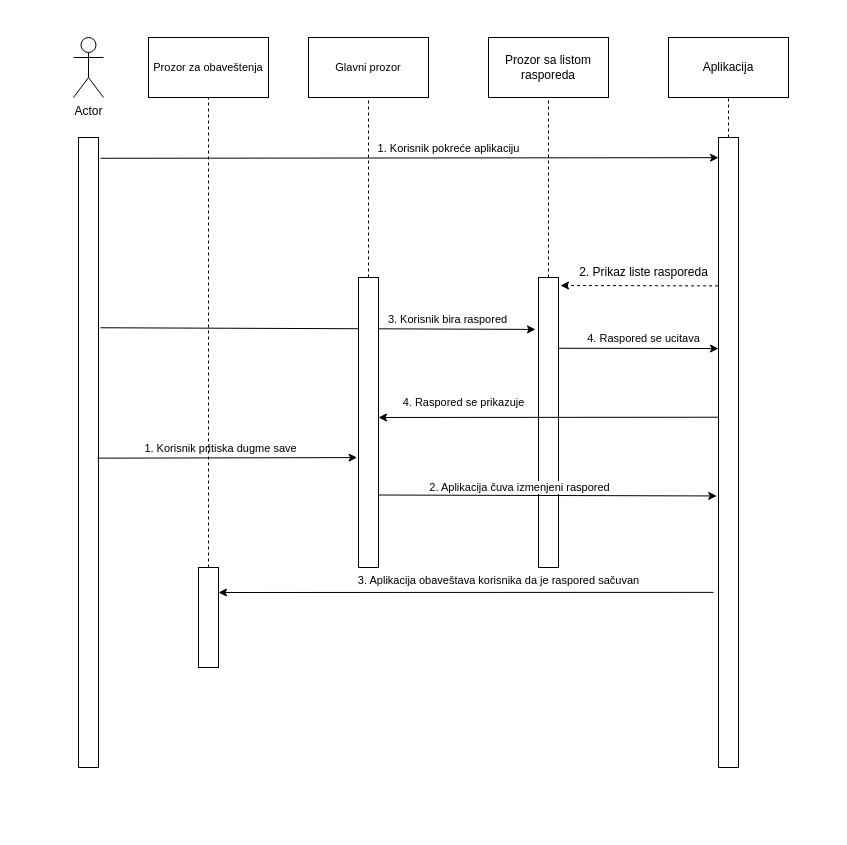
Before: documentation/specific documentation sections/saveLoadDiagram.drawio in jelisavetagavrilovic/kOrganizify, a draw.io diagram. Source tidied: cells renumbered, new cells numbered last; positions are measured from the earlier drawing's top-left corner, leaving out a move shared by most shapes. Both pictures are drawn from the tidied source at 100%, with x=0, y=0 at pixel (73, 37).
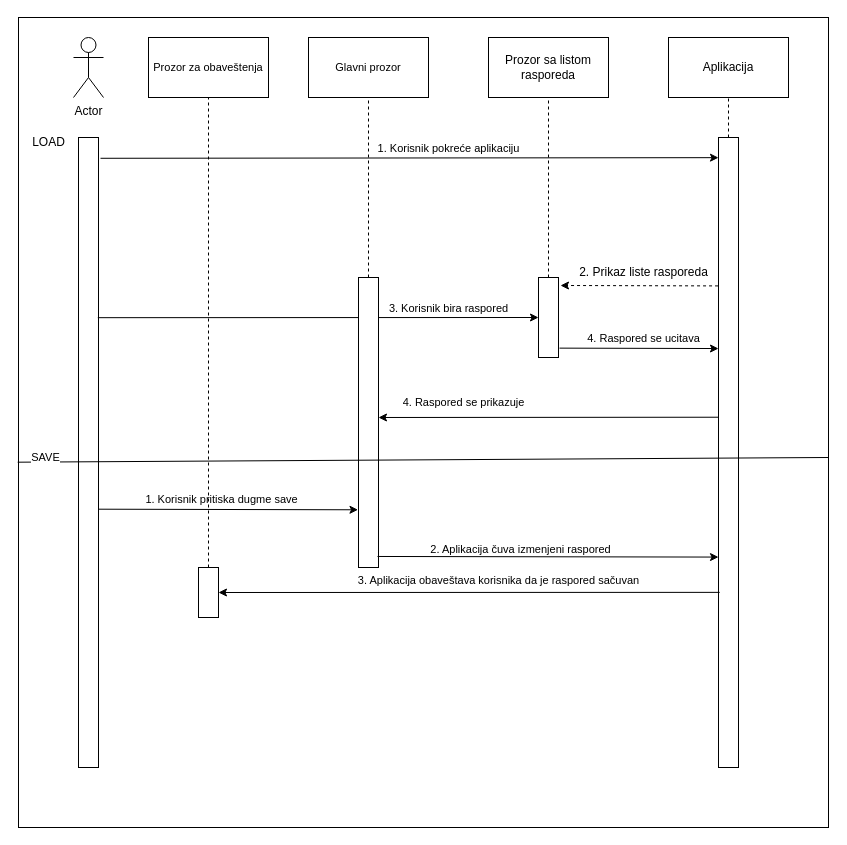
After the change.

Unchanged cells that the change refers to:
```xml
<mxCell id="3" style="rounded=0;whiteSpace=wrap;html=1;" parent="1" vertex="1">
  <mxGeometry x="5" y="100" width="20" height="630" as="geometry" />
</mxCell>
<mxCell id="4" style="rounded=0;whiteSpace=wrap;html=1;" parent="1" vertex="1">
  <mxGeometry x="645" y="100" width="20" height="630" as="geometry" />
</mxCell>
<mxCell id="19" style="rounded=0;whiteSpace=wrap;html=1;" parent="1" vertex="1">
  <mxGeometry x="285" y="240" width="20" height="290" as="geometry" />
</mxCell>
```

Change to the diagram source:
```diff
@@
+    <mxCell id="32" style="whiteSpace=wrap;html=1;fillColor=none;strokeWidth=1;" parent="1" vertex="1">
+      <mxGeometry x="-55" y="-20" width="810" height="810" as="geometry" />
+    </mxCell>
@@
     <mxCell id="10" style="rounded=0;whiteSpace=wrap;html=1;" parent="1" vertex="1">
-      <mxGeometry x="465" y="240" width="20" height="290" as="geometry" />
+      <mxGeometry x="465" y="240" width="20" height="80" as="geometry" />
     </mxCell>
@@
-    <mxCell id="14" style="endArrow=classic;html=1;rounded=0;labelBackgroundColor=default;strokeColor=default;align=center;verticalAlign=middle;fontFamily=Helvetica;fontSize=11;fontColor=default;shape=connector;exitX=1.1;exitY=0.302;exitDx=0;exitDy=0;exitPerimeter=0;entryX=-0.15;entryY=0.179;entryDx=0;entryDy=0;entryPerimeter=0;" parent="1" edge="1" source="3" target="10">
+    <mxCell id="14" style="endArrow=classic;html=1;rounded=0;labelBackgroundColor=default;strokeColor=default;align=center;verticalAlign=middle;fontFamily=Helvetica;fontSize=11;fontColor=default;shape=connector;exitX=0.967;exitY=0.286;exitDx=0;exitDy=0;entryX=0;entryY=0.5;entryDx=0;entryDy=0;exitPerimeter=0;" parent="1" edge="1" source="3" target="10">
       <mxGeometry relative="1" as="geometry" />
     </mxCell>
@@
-    <mxCell id="16" style="endArrow=classic;html=1;rounded=0;labelBackgroundColor=default;strokeColor=default;align=center;verticalAlign=middle;fontFamily=Helvetica;fontSize=11;fontColor=default;shape=connector;entryX=0;entryY=0.335;entryDx=0;entryDy=0;entryPerimeter=0;exitX=0.986;exitY=0.244;exitDx=0;exitDy=0;exitPerimeter=0;" parent="1" edge="1" source="10" target="4">
+    <mxCell id="16" style="endArrow=classic;html=1;rounded=0;labelBackgroundColor=default;strokeColor=default;align=center;verticalAlign=middle;fontFamily=Helvetica;fontSize=11;fontColor=default;shape=connector;entryX=0;entryY=0.335;entryDx=0;entryDy=0;entryPerimeter=0;exitX=1.05;exitY=0.883;exitDx=0;exitDy=0;exitPerimeter=0;" parent="1" edge="1" source="10" target="4">
       <mxGeometry relative="1" as="geometry" />
     </mxCell>
@@
-    <mxCell id="22" style="endArrow=classic;html=1;rounded=0;labelBackgroundColor=default;strokeColor=default;align=center;verticalAlign=middle;fontFamily=Helvetica;fontSize=11;fontColor=default;shape=connector;exitX=0.947;exitY=0.509;exitDx=0;exitDy=0;exitPerimeter=0;entryX=-0.071;entryY=0.621;entryDx=0;entryDy=0;entryPerimeter=0;" parent="1" edge="1" source="3" target="19">
+    <mxCell id="22" style="endArrow=classic;html=1;rounded=0;labelBackgroundColor=default;strokeColor=default;align=center;verticalAlign=middle;fontFamily=Helvetica;fontSize=11;fontColor=default;shape=connector;exitX=0.998;exitY=0.59;exitDx=0;exitDy=0;exitPerimeter=0;entryX=-0.025;entryY=0.801;entryDx=0;entryDy=0;entryPerimeter=0;" parent="1" edge="1" source="3" target="19">
       <mxGeometry relative="1" as="geometry" />
     </mxCell>
@@
-    <mxCell id="24" style="endArrow=classic;html=1;rounded=0;labelBackgroundColor=default;strokeColor=default;align=center;verticalAlign=middle;fontFamily=Helvetica;fontSize=11;fontColor=default;shape=connector;exitX=1;exitY=0.75;exitDx=0;exitDy=0;entryX=-0.088;entryY=0.569;entryDx=0;entryDy=0;entryPerimeter=0;" parent="1" edge="1" source="19" target="4">
+    <mxCell id="24" style="endArrow=classic;html=1;rounded=0;labelBackgroundColor=default;strokeColor=default;align=center;verticalAlign=middle;fontFamily=Helvetica;fontSize=11;fontColor=default;shape=connector;exitX=0.95;exitY=0.962;exitDx=0;exitDy=0;exitPerimeter=0;entryX=0;entryY=0.666;entryDx=0;entryDy=0;entryPerimeter=0;" parent="1" edge="1" source="19" target="4">
       <mxGeometry relative="1" as="geometry" />
     </mxCell>
@@
     <mxCell id="27" style="rounded=0;whiteSpace=wrap;html=1;" parent="1" vertex="1">
-      <mxGeometry x="125" y="530" width="20" height="100" as="geometry" />
+      <mxGeometry x="125" y="530" width="20" height="50" as="geometry" />
     </mxCell>
-    <mxCell id="28" style="endArrow=classic;html=1;rounded=0;labelBackgroundColor=default;strokeColor=default;align=center;verticalAlign=middle;fontFamily=Helvetica;fontSize=11;fontColor=default;shape=connector;exitX=-0.25;exitY=0.722;exitDx=0;exitDy=0;exitPerimeter=0;entryX=1;entryY=0.25;entryDx=0;entryDy=0;" parent="1" edge="1" source="4" target="27">
+    <mxCell id="28" style="endArrow=classic;html=1;rounded=0;labelBackgroundColor=default;strokeColor=default;align=center;verticalAlign=middle;fontFamily=Helvetica;fontSize=11;fontColor=default;shape=connector;exitX=0.06;exitY=0.722;exitDx=0;exitDy=0;exitPerimeter=0;entryX=1;entryY=0.5;entryDx=0;entryDy=0;" parent="1" edge="1" source="4" target="27">
       <mxGeometry relative="1" as="geometry" />
     </mxCell>
@@
+    <mxCell id="33" value="SAVE" style="endArrow=none;html=1;rounded=0;exitX=-0.001;exitY=0.549;exitDx=0;exitDy=0;exitPerimeter=0;" parent="1" edge="1" source="32">
+      <mxGeometry x="-0.93" y="5" relative="1" as="geometry">
+        <mxPoint x="755" y="420" as="targetPoint" />
+      </mxGeometry>
+    </mxCell>
+    <mxCell id="34" value="LOAD" style="text;html=1;align=center;verticalAlign=middle;strokeColor=none;fillColor=none;" parent="1" vertex="1">
+      <mxGeometry x="-55" y="90" width="60" height="30" as="geometry" />
+    </mxCell>
```
